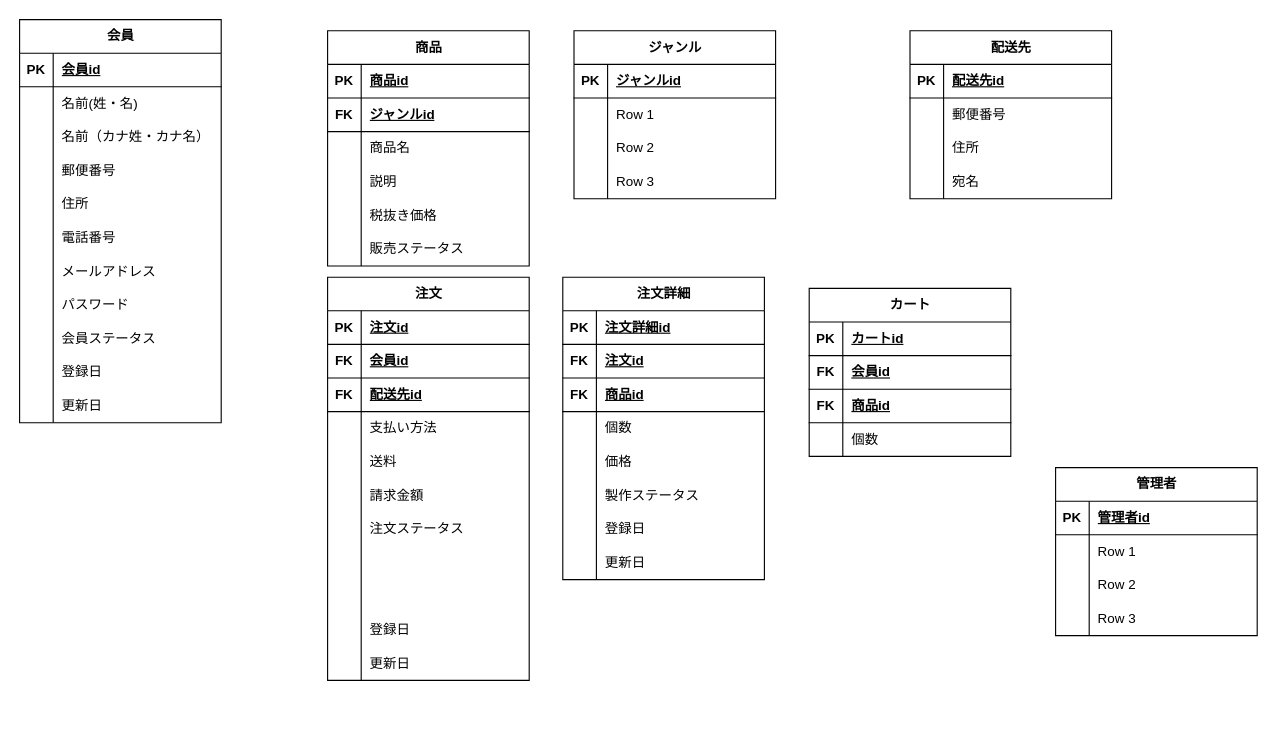
Earlier version of the draw.io diagram 名称未設定ファイル.drawio (vermouthA28/naganocake). Source tidied: cells renumbered, new cells numbered last; positions are measured from the earlier drawing's top-left corner, leaving out a move shared by most shapes. Both pictures are drawn from the tidied source at 112%, with x=0, y=0 at pixel (19, 19).
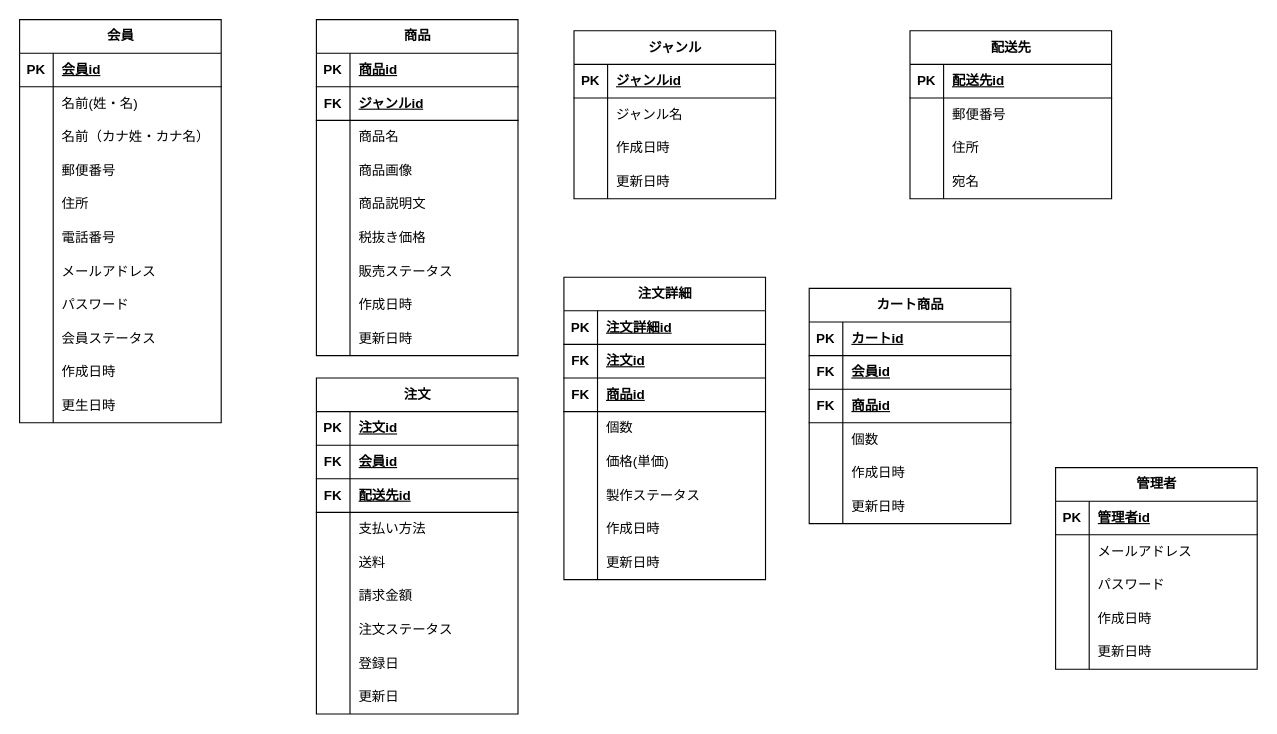
The same diagram, later.

Commit message (it also covers changes not shown here):
名称未設定ファイル.drawio を更新します

The change refers to these unchanged cells:
```xml
<mxCell id="109" style="shape=tableRow;horizontal=0;startSize=0;swimlaneHead=0;swimlaneBody=0;fillColor=none;top=0;left=0;right=0;bottom=0;" parent="81" vertex="1">
  <mxGeometry y="300" width="180" height="30" as="geometry" />
</mxCell>
<mxCell id="112" style="shape=tableRow;horizontal=0;startSize=0;swimlaneHead=0;swimlaneBody=0;fillColor=none;top=0;left=0;right=0;bottom=0;" parent="81" vertex="1">
  <mxGeometry y="330" width="180" height="30" as="geometry" />
</mxCell>
<mxCell id="128" style="shape=tableRow;horizontal=0;startSize=0;swimlaneHead=0;swimlaneBody=0;fillColor=none;top=0;left=0;right=0;bottom=0;" parent="115" vertex="1">
  <mxGeometry y="150" width="180" height="30" as="geometry" />
</mxCell>
<mxCell id="134" style="shape=tableRow;horizontal=0;startSize=0;swimlaneHead=0;swimlaneBody=0;fillColor=none;top=0;left=0;right=0;bottom=0;" parent="115" vertex="1">
  <mxGeometry y="210" width="180" height="30" as="geometry" />
</mxCell>
<mxCell id="137" style="shape=tableRow;horizontal=0;startSize=0;swimlaneHead=0;swimlaneBody=0;fillColor=none;top=0;left=0;right=0;bottom=0;" parent="115" vertex="1">
  <mxGeometry y="240" width="180" height="30" as="geometry" />
</mxCell>
<mxCell id="144" style="shape=tableRow;horizontal=0;startSize=0;swimlaneHead=0;swimlaneBody=0;fillColor=none;top=0;left=0;right=0;bottom=0;" parent="140" vertex="1">
  <mxGeometry y="60" width="180" height="30" as="geometry" />
</mxCell>
<mxCell id="147" style="shape=tableRow;horizontal=0;startSize=0;swimlaneHead=0;swimlaneBody=0;fillColor=none;top=0;left=0;right=0;bottom=0;" parent="140" vertex="1">
  <mxGeometry y="90" width="180" height="30" as="geometry" />
</mxCell>
<mxCell id="150" style="shape=tableRow;horizontal=0;startSize=0;swimlaneHead=0;swimlaneBody=0;fillColor=none;top=0;left=0;right=0;bottom=0;" parent="140" vertex="1">
  <mxGeometry y="120" width="180" height="30" as="geometry" />
</mxCell>
<mxCell id="157" style="shape=tableRow;horizontal=0;startSize=0;swimlaneHead=0;swimlaneBody=0;fillColor=none;top=0;left=0;right=0;bottom=0;" parent="153" vertex="1">
  <mxGeometry y="60" width="180" height="30" as="geometry" />
</mxCell>
<mxCell id="160" style="shape=tableRow;horizontal=0;startSize=0;swimlaneHead=0;swimlaneBody=0;fillColor=none;top=0;left=0;right=0;bottom=0;" parent="153" vertex="1">
  <mxGeometry y="90" width="180" height="30" as="geometry" />
</mxCell>
<mxCell id="163" style="shape=tableRow;horizontal=0;startSize=0;swimlaneHead=0;swimlaneBody=0;fillColor=none;top=0;left=0;right=0;bottom=0;" parent="153" vertex="1">
  <mxGeometry y="120" width="180" height="30" as="geometry" />
</mxCell>
```

Change to the diagram source:
```diff
@@
     <mxCell id="2" value="商品" style="shape=table;startSize=30;childLayout=tableLayout;rowLines=0;fontStyle=1;align=center;html=1;" parent="1" vertex="1">
-      <mxGeometry x="275" y="10" width="180" height="210" as="geometry" />
+      <mxGeometry x="265" width="180" height="300" as="geometry" />
     </mxCell>
@@
+    <mxCell id="166" style="shape=tableRow;horizontal=0;startSize=0;swimlaneHead=0;swimlaneBody=0;fillColor=none;top=0;left=0;right=0;bottom=0;" parent="2" vertex="1">
+      <mxGeometry y="120" width="180" height="30" as="geometry" />
+    </mxCell>
+    <mxCell id="167" style="shape=partialRectangle;fillColor=none;top=0;left=0;bottom=0;right=0;overflow=hidden;whiteSpace=wrap;html=1;" parent="166" vertex="1">
+      <mxGeometry width="30" height="30" as="geometry" />
+    </mxCell>
+    <mxCell id="168" value="商品画像" style="shape=partialRectangle;fillColor=none;top=0;left=0;bottom=0;right=0;align=left;spacingLeft=6;overflow=hidden;whiteSpace=wrap;html=1;" parent="166" vertex="1">
+      <mxGeometry x="30" width="150" height="30" as="geometry" />
+    </mxCell>
     <mxCell id="12" style="shape=tableRow;horizontal=0;startSize=0;swimlaneHead=0;swimlaneBody=0;fillColor=none;top=0;left=0;right=0;bottom=0;" parent="2" vertex="1">
-      <mxGeometry y="120" width="180" height="30" as="geometry" />
+      <mxGeometry y="150" width="180" height="30" as="geometry" />
     </mxCell>
@@
-    <mxCell id="14" value="説明" style="shape=partialRectangle;fillColor=none;top=0;left=0;bottom=0;right=0;align=left;spacingLeft=6;overflow=hidden;whiteSpace=wrap;html=1;" parent="12" vertex="1">
+    <mxCell id="14" value="商品説明文" style="shape=partialRectangle;fillColor=none;top=0;left=0;bottom=0;right=0;align=left;spacingLeft=6;overflow=hidden;whiteSpace=wrap;html=1;" parent="12" vertex="1">
       <mxGeometry x="30" width="150" height="30" as="geometry" />
     </mxCell>
     <mxCell id="15" style="shape=tableRow;horizontal=0;startSize=0;swimlaneHead=0;swimlaneBody=0;fillColor=none;top=0;left=0;right=0;bottom=0;" parent="2" vertex="1">
-      <mxGeometry y="150" width="180" height="30" as="geometry" />
+      <mxGeometry y="180" width="180" height="30" as="geometry" />
     </mxCell>
@@
     <mxCell id="18" style="shape=tableRow;horizontal=0;startSize=0;swimlaneHead=0;swimlaneBody=0;fillColor=none;top=0;left=0;right=0;bottom=0;" parent="2" vertex="1">
-      <mxGeometry y="180" width="180" height="30" as="geometry" />
+      <mxGeometry y="210" width="180" height="30" as="geometry" />
     </mxCell>
@@
+    <mxCell id="56" style="shape=tableRow;horizontal=0;startSize=0;swimlaneHead=0;swimlaneBody=0;fillColor=none;top=0;left=0;right=0;bottom=0;" parent="2" vertex="1">
+      <mxGeometry y="240" width="180" height="30" as="geometry" />
+    </mxCell>
+    <mxCell id="169" style="shape=partialRectangle;fillColor=none;top=0;left=0;bottom=0;right=0;overflow=hidden;whiteSpace=wrap;html=1;" parent="56" vertex="1">
+      <mxGeometry width="30" height="30" as="geometry" />
+    </mxCell>
+    <mxCell id="170" value="作成日時" style="shape=partialRectangle;fillColor=none;top=0;left=0;bottom=0;right=0;align=left;spacingLeft=6;overflow=hidden;whiteSpace=wrap;html=1;" parent="56" vertex="1">
+      <mxGeometry x="30" width="150" height="30" as="geometry" />
+    </mxCell>
+    <mxCell id="59" style="shape=tableRow;horizontal=0;startSize=0;swimlaneHead=0;swimlaneBody=0;fillColor=none;top=0;left=0;right=0;bottom=0;" parent="2" vertex="1">
+      <mxGeometry y="270" width="180" height="30" as="geometry" />
+    </mxCell>
+    <mxCell id="171" style="shape=partialRectangle;fillColor=none;top=0;left=0;bottom=0;right=0;overflow=hidden;whiteSpace=wrap;html=1;" parent="59" vertex="1">
+      <mxGeometry width="30" height="30" as="geometry" />
+    </mxCell>
+    <mxCell id="172" value="更新日時" style="shape=partialRectangle;fillColor=none;top=0;left=0;bottom=0;right=0;align=left;spacingLeft=6;overflow=hidden;whiteSpace=wrap;html=1;" parent="59" vertex="1">
+      <mxGeometry x="30" width="150" height="30" as="geometry" />
+    </mxCell>
-    <mxCell id="21" value="カート" style="shape=table;startSize=30;childLayout=tableLayout;rowLines=0;fontStyle=1;align=center;html=1;" parent="1" vertex="1">
-      <mxGeometry x="705" y="240" width="180" height="150" as="geometry" />
+    <mxCell id="21" value="カート商品" style="shape=table;startSize=30;childLayout=tableLayout;rowLines=0;fontStyle=1;align=center;html=1;" parent="1" vertex="1">
+      <mxGeometry x="705" y="240" width="180" height="210" as="geometry" />
     </mxCell>
@@
+    <mxCell id="173" style="shape=tableRow;horizontal=0;startSize=0;swimlaneHead=0;swimlaneBody=0;fillColor=none;top=0;left=0;right=0;bottom=0;" parent="21" vertex="1">
+      <mxGeometry y="150" width="180" height="30" as="geometry" />
+    </mxCell>
+    <mxCell id="174" style="shape=partialRectangle;fillColor=none;top=0;left=0;bottom=0;right=0;overflow=hidden;whiteSpace=wrap;html=1;" parent="173" vertex="1">
+      <mxGeometry width="30" height="30" as="geometry" />
+    </mxCell>
+    <mxCell id="175" value="作成日時" style="shape=partialRectangle;fillColor=none;top=0;left=0;bottom=0;right=0;align=left;spacingLeft=6;overflow=hidden;whiteSpace=wrap;html=1;" parent="173" vertex="1">
+      <mxGeometry x="30" width="150" height="30" as="geometry" />
+    </mxCell>
+    <mxCell id="176" style="shape=tableRow;horizontal=0;startSize=0;swimlaneHead=0;swimlaneBody=0;fillColor=none;top=0;left=0;right=0;bottom=0;" parent="21" vertex="1">
+      <mxGeometry y="180" width="180" height="30" as="geometry" />
+    </mxCell>
+    <mxCell id="177" style="shape=partialRectangle;fillColor=none;top=0;left=0;bottom=0;right=0;overflow=hidden;whiteSpace=wrap;html=1;" parent="176" vertex="1">
+      <mxGeometry width="30" height="30" as="geometry" />
+    </mxCell>
+    <mxCell id="178" value="更新日時" style="shape=partialRectangle;fillColor=none;top=0;left=0;bottom=0;right=0;align=left;spacingLeft=6;overflow=hidden;whiteSpace=wrap;html=1;" parent="176" vertex="1">
+      <mxGeometry x="30" width="150" height="30" as="geometry" />
+    </mxCell>
     <mxCell id="34" value="注文" style="shape=table;startSize=30;childLayout=tableLayout;rowLines=0;fontStyle=1;align=center;html=1;" parent="1" vertex="1">
-      <mxGeometry x="275" y="230" width="180" height="360" as="geometry" />
+      <mxGeometry x="265" y="320" width="180" height="300" as="geometry" />
     </mxCell>
@@
-    <mxCell id="56" style="shape=tableRow;horizontal=0;startSize=0;swimlaneHead=0;swimlaneBody=0;fillColor=none;top=0;left=0;right=0;bottom=0;" parent="34" vertex="1">
-      <mxGeometry y="240" width="180" height="30" as="geometry" />
-    </mxCell>
-    <mxCell id="57" style="shape=partialRectangle;fillColor=none;top=0;left=0;bottom=0;right=0;overflow=hidden;whiteSpace=wrap;html=1;" parent="56" vertex="1">
-      <mxGeometry width="30" height="30" as="geometry" />
-    </mxCell>
-    <mxCell id="58" style="shape=partialRectangle;fillColor=none;top=0;left=0;bottom=0;right=0;align=left;spacingLeft=6;overflow=hidden;whiteSpace=wrap;html=1;" parent="56" vertex="1">
-      <mxGeometry x="30" width="150" height="30" as="geometry" />
-    </mxCell>
-    <mxCell id="59" style="shape=tableRow;horizontal=0;startSize=0;swimlaneHead=0;swimlaneBody=0;fillColor=none;top=0;left=0;right=0;bottom=0;" parent="34" vertex="1">
-      <mxGeometry y="270" width="180" height="30" as="geometry" />
-    </mxCell>
-    <mxCell id="60" style="shape=partialRectangle;fillColor=none;top=0;left=0;bottom=0;right=0;overflow=hidden;whiteSpace=wrap;html=1;" parent="59" vertex="1">
-      <mxGeometry width="30" height="30" as="geometry" />
-    </mxCell>
-    <mxCell id="61" style="shape=partialRectangle;fillColor=none;top=0;left=0;bottom=0;right=0;align=left;spacingLeft=6;overflow=hidden;whiteSpace=wrap;html=1;" parent="59" vertex="1">
-      <mxGeometry x="30" width="150" height="30" as="geometry" />
-    </mxCell>
     <mxCell id="62" style="shape=tableRow;horizontal=0;startSize=0;swimlaneHead=0;swimlaneBody=0;fillColor=none;top=0;left=0;right=0;bottom=0;" parent="34" vertex="1">
-      <mxGeometry y="300" width="180" height="30" as="geometry" />
+      <mxGeometry y="240" width="180" height="30" as="geometry" />
     </mxCell>
@@
     <mxCell id="65" style="shape=tableRow;horizontal=0;startSize=0;swimlaneHead=0;swimlaneBody=0;fillColor=none;top=0;left=0;right=0;bottom=0;" parent="34" vertex="1">
-      <mxGeometry y="330" width="180" height="30" as="geometry" />
+      <mxGeometry y="270" width="180" height="30" as="geometry" />
     </mxCell>
@@
-    <mxCell id="111" value="登録日" style="shape=partialRectangle;fillColor=none;top=0;left=0;bottom=0;right=0;align=left;spacingLeft=6;overflow=hidden;whiteSpace=wrap;html=1;" parent="109" vertex="1">
+    <mxCell id="111" value="作成日時" style="shape=partialRectangle;fillColor=none;top=0;left=0;bottom=0;right=0;align=left;spacingLeft=6;overflow=hidden;whiteSpace=wrap;html=1;" parent="109" vertex="1">
       <mxGeometry x="30" width="150" height="30" as="geometry" />
     </mxCell>
@@
-    <mxCell id="114" value="更新日" style="shape=partialRectangle;fillColor=none;top=0;left=0;bottom=0;right=0;align=left;spacingLeft=6;overflow=hidden;whiteSpace=wrap;html=1;" parent="112" vertex="1">
+    <mxCell id="114" value="更生日時" style="shape=partialRectangle;fillColor=none;top=0;left=0;bottom=0;right=0;align=left;spacingLeft=6;overflow=hidden;whiteSpace=wrap;html=1;" parent="112" vertex="1">
       <mxGeometry x="30" width="150" height="30" as="geometry" />
     </mxCell>
     <mxCell id="115" value="注文詳細" style="shape=table;startSize=30;childLayout=tableLayout;rowLines=0;fontStyle=1;align=center;html=1;" parent="1" vertex="1">
-      <mxGeometry x="485" y="230" width="180" height="270" as="geometry" />
+      <mxGeometry x="486" y="230" width="180" height="270" as="geometry" />
     </mxCell>
@@
-    <mxCell id="130" value="価格" style="shape=partialRectangle;fillColor=none;top=0;left=0;bottom=0;right=0;align=left;spacingLeft=6;overflow=hidden;whiteSpace=wrap;html=1;" parent="128" vertex="1">
+    <mxCell id="130" value="価格(単価)" style="shape=partialRectangle;fillColor=none;top=0;left=0;bottom=0;right=0;align=left;spacingLeft=6;overflow=hidden;whiteSpace=wrap;html=1;" parent="128" vertex="1">
       <mxGeometry x="30" width="150" height="30" as="geometry" />
     </mxCell>
@@
-    <mxCell id="136" value="登録日" style="shape=partialRectangle;fillColor=none;top=0;left=0;bottom=0;right=0;align=left;spacingLeft=6;overflow=hidden;whiteSpace=wrap;html=1;" parent="134" vertex="1">
+    <mxCell id="136" value="作成日時" style="shape=partialRectangle;fillColor=none;top=0;left=0;bottom=0;right=0;align=left;spacingLeft=6;overflow=hidden;whiteSpace=wrap;html=1;" parent="134" vertex="1">
       <mxGeometry x="30" width="150" height="30" as="geometry" />
     </mxCell>
@@
-    <mxCell id="139" value="更新日" style="shape=partialRectangle;fillColor=none;top=0;left=0;bottom=0;right=0;align=left;spacingLeft=6;overflow=hidden;whiteSpace=wrap;html=1;" parent="137" vertex="1">
+    <mxCell id="139" value="更新日時" style="shape=partialRectangle;fillColor=none;top=0;left=0;bottom=0;right=0;align=left;spacingLeft=6;overflow=hidden;whiteSpace=wrap;html=1;" parent="137" vertex="1">
       <mxGeometry x="30" width="150" height="30" as="geometry" />
     </mxCell>
     <mxCell id="140" value="管理者" style="shape=table;startSize=30;childLayout=tableLayout;rowLines=0;fontStyle=1;align=center;html=1;" parent="1" vertex="1">
-      <mxGeometry x="925" y="400" width="180" height="150" as="geometry" />
+      <mxGeometry x="925" y="400" width="180" height="180" as="geometry" />
     </mxCell>
@@
-    <mxCell id="146" value="Row 1" style="shape=partialRectangle;fillColor=none;top=0;left=0;bottom=0;right=0;align=left;spacingLeft=6;overflow=hidden;whiteSpace=wrap;html=1;" parent="144" vertex="1">
+    <mxCell id="146" value="メールアドレス" style="shape=partialRectangle;fillColor=none;top=0;left=0;bottom=0;right=0;align=left;spacingLeft=6;overflow=hidden;whiteSpace=wrap;html=1;" parent="144" vertex="1">
       <mxGeometry x="30" width="150" height="30" as="geometry" />
     </mxCell>
@@
-    <mxCell id="149" value="Row 2" style="shape=partialRectangle;fillColor=none;top=0;left=0;bottom=0;right=0;align=left;spacingLeft=6;overflow=hidden;whiteSpace=wrap;html=1;" parent="147" vertex="1">
+    <mxCell id="149" value="パスワード" style="shape=partialRectangle;fillColor=none;top=0;left=0;bottom=0;right=0;align=left;spacingLeft=6;overflow=hidden;whiteSpace=wrap;html=1;" parent="147" vertex="1">
       <mxGeometry x="30" width="150" height="30" as="geometry" />
     </mxCell>
@@
-    <mxCell id="152" value="Row 3" style="shape=partialRectangle;fillColor=none;top=0;left=0;bottom=0;right=0;align=left;spacingLeft=6;overflow=hidden;whiteSpace=wrap;html=1;" parent="150" vertex="1">
+    <mxCell id="152" value="作成日時" style="shape=partialRectangle;fillColor=none;top=0;left=0;bottom=0;right=0;align=left;spacingLeft=6;overflow=hidden;whiteSpace=wrap;html=1;" parent="150" vertex="1">
       <mxGeometry x="30" width="150" height="30" as="geometry" />
     </mxCell>
+    <mxCell id="179" style="shape=tableRow;horizontal=0;startSize=0;swimlaneHead=0;swimlaneBody=0;fillColor=none;top=0;left=0;right=0;bottom=0;" parent="140" vertex="1">
+      <mxGeometry y="150" width="180" height="30" as="geometry" />
+    </mxCell>
+    <mxCell id="180" style="shape=partialRectangle;fillColor=none;top=0;left=0;bottom=0;right=0;overflow=hidden;whiteSpace=wrap;html=1;" parent="179" vertex="1">
+      <mxGeometry width="30" height="30" as="geometry" />
+    </mxCell>
+    <mxCell id="181" value="更新日時" style="shape=partialRectangle;fillColor=none;top=0;left=0;bottom=0;right=0;align=left;spacingLeft=6;overflow=hidden;whiteSpace=wrap;html=1;" parent="179" vertex="1">
+      <mxGeometry x="30" width="150" height="30" as="geometry" />
+    </mxCell>
@@
-    <mxCell id="159" value="Row 1" style="shape=partialRectangle;fillColor=none;top=0;left=0;bottom=0;right=0;align=left;spacingLeft=6;overflow=hidden;whiteSpace=wrap;html=1;" parent="157" vertex="1">
+    <mxCell id="159" value="ジャンル名" style="shape=partialRectangle;fillColor=none;top=0;left=0;bottom=0;right=0;align=left;spacingLeft=6;overflow=hidden;whiteSpace=wrap;html=1;" parent="157" vertex="1">
       <mxGeometry x="30" width="150" height="30" as="geometry" />
     </mxCell>
@@
-    <mxCell id="162" value="Row 2" style="shape=partialRectangle;fillColor=none;top=0;left=0;bottom=0;right=0;align=left;spacingLeft=6;overflow=hidden;whiteSpace=wrap;html=1;" parent="160" vertex="1">
+    <mxCell id="162" value="作成日時" style="shape=partialRectangle;fillColor=none;top=0;left=0;bottom=0;right=0;align=left;spacingLeft=6;overflow=hidden;whiteSpace=wrap;html=1;" parent="160" vertex="1">
       <mxGeometry x="30" width="150" height="30" as="geometry" />
     </mxCell>
@@
-    <mxCell id="165" value="Row 3" style="shape=partialRectangle;fillColor=none;top=0;left=0;bottom=0;right=0;align=left;spacingLeft=6;overflow=hidden;whiteSpace=wrap;html=1;" parent="163" vertex="1">
+    <mxCell id="165" value="更新日時" style="shape=partialRectangle;fillColor=none;top=0;left=0;bottom=0;right=0;align=left;spacingLeft=6;overflow=hidden;whiteSpace=wrap;html=1;" parent="163" vertex="1">
       <mxGeometry x="30" width="150" height="30" as="geometry" />
     </mxCell>
```
